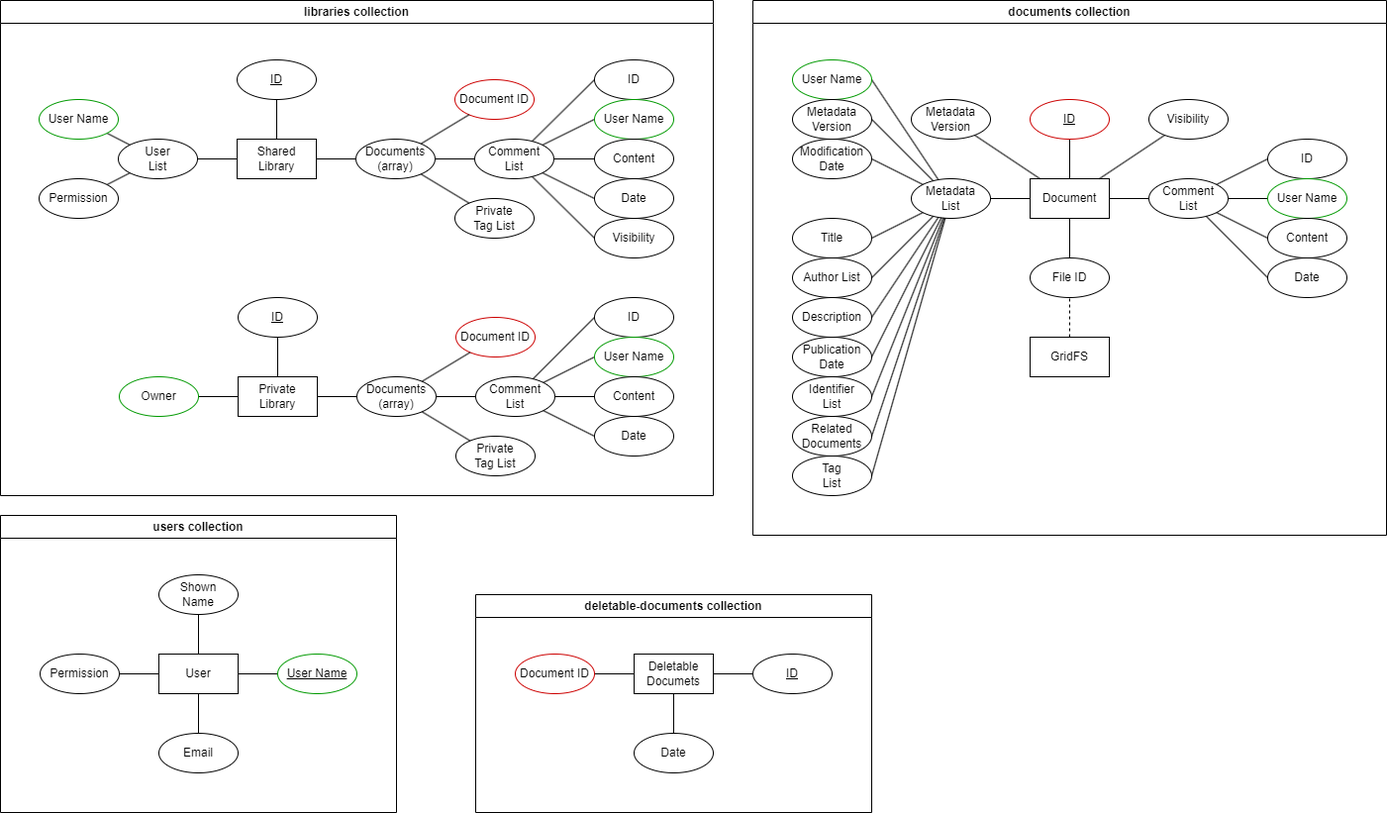
The draw.io diagram documentation/database/data-visualization.png in AasinR/document-manager, before a commit. Source tidied: cells renumbered, new cells last; positions are measured from the earlier drawing's top-left corner, leaving out a move shared by most shapes.
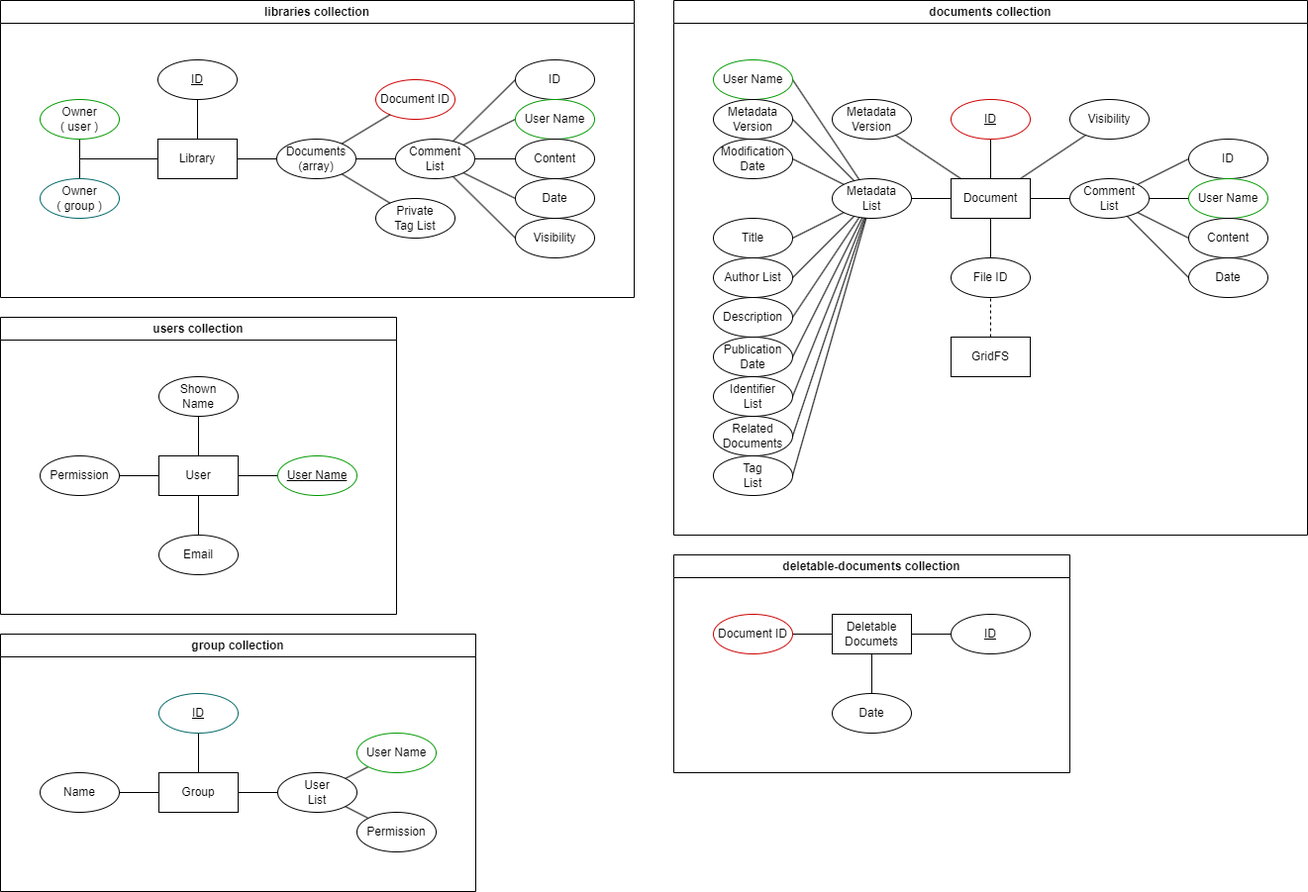
After the change.

Commit message:
updated database plans

Change to the diagram source:
```diff
@@ -3,112 +3,37 @@
     <mxCell id="0" />
     <mxCell id="1" parent="0" />
     <mxCell id="2" value="libraries&amp;nbsp;collection" style="swimlane;whiteSpace=wrap;html=1;" parent="1" vertex="1">
-      <mxGeometry width="720" height="500" as="geometry" />
+      <mxGeometry width="640" height="300" as="geometry" />
     </mxCell>
-    <mxCell id="3" value="Private&lt;br&gt;Library" style="rounded=0;whiteSpace=wrap;html=1;" parent="2" vertex="1">
-      <mxGeometry x="240" y="380" width="80" height="40" as="geometry" />
-    </mxCell>
-    <mxCell id="4" style="edgeStyle=none;rounded=0;jettySize=auto;html=1;endArrow=none;endFill=0;" parent="2" edge="1" source="5" target="3">
-      <mxGeometry relative="1" as="geometry" />
-    </mxCell>
-    <mxCell id="5" value="&lt;u&gt;ID&lt;/u&gt;" style="ellipse;whiteSpace=wrap;html=1;" parent="2" vertex="1">
-      <mxGeometry x="240" y="300" width="80" height="40" as="geometry" />
-    </mxCell>
-    <mxCell id="6" style="edgeStyle=none;rounded=0;jettySize=auto;html=1;endArrow=none;endFill=0;" parent="2" edge="1" source="7" target="3">
-      <mxGeometry relative="1" as="geometry" />
-    </mxCell>
-    <mxCell id="7" value="Owner" style="ellipse;whiteSpace=wrap;html=1;strokeColor=#009900;" parent="2" vertex="1">
-      <mxGeometry x="120" y="380" width="80" height="40" as="geometry" />
-    </mxCell>
-    <mxCell id="8" style="edgeStyle=none;rounded=0;jettySize=auto;html=1;endArrow=none;endFill=0;" parent="2" edge="1" source="9" target="3">
-      <mxGeometry relative="1" as="geometry" />
-    </mxCell>
-    <mxCell id="9" value="Documents&lt;br&gt;(array)" style="ellipse;whiteSpace=wrap;html=1;" parent="2" vertex="1">
-      <mxGeometry x="360" y="380" width="80" height="40" as="geometry" />
-    </mxCell>
-    <mxCell id="10" value="Document ID" style="ellipse;whiteSpace=wrap;html=1;strokeColor=#CC0000;" parent="2" vertex="1">
-      <mxGeometry x="460" y="320" width="80" height="40" as="geometry" />
-    </mxCell>
-    <mxCell id="11" style="edgeStyle=none;rounded=0;jettySize=auto;html=1;endArrow=none;endFill=0;" parent="2" edge="1" source="9" target="10">
-      <mxGeometry relative="1" as="geometry" />
-    </mxCell>
-    <mxCell id="12" value="Private&lt;br&gt;Tag List" style="ellipse;whiteSpace=wrap;html=1;" parent="2" vertex="1">
-      <mxGeometry x="460" y="440" width="80" height="40" as="geometry" />
-    </mxCell>
-    <mxCell id="13" style="edgeStyle=none;rounded=0;jettySize=auto;html=1;endArrow=none;endFill=0;" parent="2" edge="1" source="9" target="12">
-      <mxGeometry relative="1" as="geometry" />
-    </mxCell>
-    <mxCell id="14" style="edgeStyle=none;rounded=0;jettySize=auto;html=1;endArrow=none;endFill=0;" parent="2" edge="1" source="15" target="9">
-      <mxGeometry relative="1" as="geometry" />
-    </mxCell>
-    <mxCell id="15" value="Comment&lt;br&gt;List" style="ellipse;whiteSpace=wrap;html=1;" parent="2" vertex="1">
-      <mxGeometry x="480" y="380" width="80" height="40" as="geometry" />
-    </mxCell>
-    <mxCell id="16" style="edgeStyle=none;rounded=0;jettySize=auto;html=1;exitX=0;exitY=0.5;exitDx=0;exitDy=0;endArrow=none;endFill=0;" parent="2" edge="1" source="20" target="15">
-      <mxGeometry relative="1" as="geometry" />
-    </mxCell>
-    <mxCell id="17" style="edgeStyle=none;rounded=0;jettySize=auto;html=1;exitX=0;exitY=0.5;exitDx=0;exitDy=0;endArrow=none;endFill=0;" parent="2" edge="1" source="21" target="15">
-      <mxGeometry relative="1" as="geometry" />
-    </mxCell>
-    <mxCell id="18" style="edgeStyle=none;rounded=0;jettySize=auto;html=1;exitX=0;exitY=0.5;exitDx=0;exitDy=0;endArrow=none;endFill=0;" parent="2" edge="1" source="22" target="15">
-      <mxGeometry relative="1" as="geometry" />
-    </mxCell>
-    <mxCell id="19" style="edgeStyle=none;rounded=0;jettySize=auto;html=1;exitX=0;exitY=0.5;exitDx=0;exitDy=0;endArrow=none;endFill=0;" parent="2" edge="1" source="23" target="15">
-      <mxGeometry relative="1" as="geometry" />
-    </mxCell>
-    <mxCell id="20" value="ID" style="ellipse;whiteSpace=wrap;html=1;" parent="2" vertex="1">
-      <mxGeometry x="600" y="300" width="80" height="40" as="geometry" />
-    </mxCell>
-    <mxCell id="21" value="User Name" style="ellipse;whiteSpace=wrap;html=1;strokeColor=#009900;" parent="2" vertex="1">
-      <mxGeometry x="600" y="340" width="80" height="40" as="geometry" />
-    </mxCell>
-    <mxCell id="22" value="Content" style="ellipse;whiteSpace=wrap;html=1;" parent="2" vertex="1">
-      <mxGeometry x="600" y="380" width="80" height="40" as="geometry" />
-    </mxCell>
-    <mxCell id="23" value="Date" style="ellipse;whiteSpace=wrap;html=1;" parent="2" vertex="1">
-      <mxGeometry x="600" y="420" width="80" height="40" as="geometry" />
-    </mxCell>
+    <mxCell id="113" style="rounded=0;jettySize=auto;html=1;exitX=0;exitY=0.5;exitDx=0;exitDy=0;entryX=0.5;entryY=1;entryDx=0;entryDy=0;endArrow=none;endFill=0;edgeStyle=orthogonalEdgeStyle;" parent="2" edge="1" source="24" target="115">
+      <mxGeometry relative="1" as="geometry" />
+    </mxCell>
+    <mxCell id="114" style="edgeStyle=orthogonalEdgeStyle;rounded=0;jettySize=auto;html=1;exitX=0;exitY=0.5;exitDx=0;exitDy=0;entryX=0.5;entryY=0;entryDx=0;entryDy=0;endArrow=none;endFill=0;" parent="2" edge="1" source="24" target="116">
+      <mxGeometry relative="1" as="geometry" />
+    </mxCell>
-    <mxCell id="24" value="Shared Library" style="rounded=0;whiteSpace=wrap;html=1;" parent="2" vertex="1">
-      <mxGeometry x="239" y="140" width="80" height="40" as="geometry" />
+    <mxCell id="24" value="Library" style="rounded=0;whiteSpace=wrap;html=1;" parent="2" vertex="1">
+      <mxGeometry x="159" y="140" width="80" height="40" as="geometry" />
     </mxCell>
     <mxCell id="25" style="edgeStyle=none;rounded=0;jettySize=auto;html=1;endArrow=none;endFill=0;" parent="2" edge="1" source="26" target="24">
       <mxGeometry relative="1" as="geometry" />
     </mxCell>
     <mxCell id="26" value="&lt;u&gt;ID&lt;/u&gt;" style="ellipse;whiteSpace=wrap;html=1;" parent="2" vertex="1">
-      <mxGeometry x="239" y="60" width="80" height="40" as="geometry" />
+      <mxGeometry x="159" y="60" width="80" height="40" as="geometry" />
     </mxCell>
-    <mxCell id="27" style="edgeStyle=none;rounded=0;jettySize=auto;html=1;endArrow=none;endFill=0;" parent="2" edge="1" source="28" target="24">
-      <mxGeometry relative="1" as="geometry" />
-    </mxCell>
-    <mxCell id="28" value="User&lt;br&gt;List" style="ellipse;whiteSpace=wrap;html=1;" parent="2" vertex="1">
-      <mxGeometry x="119" y="140" width="80" height="40" as="geometry" />
-    </mxCell>
-    <mxCell id="29" style="edgeStyle=none;rounded=0;jettySize=auto;html=1;endArrow=none;endFill=0;" parent="2" edge="1" source="30" target="28">
-      <mxGeometry relative="1" as="geometry" />
-    </mxCell>
-    <mxCell id="30" value="User Name" style="ellipse;whiteSpace=wrap;html=1;strokeColor=#009900;" parent="2" vertex="1">
-      <mxGeometry x="39" y="100" width="80" height="40" as="geometry" />
-    </mxCell>
-    <mxCell id="31" style="edgeStyle=none;rounded=0;jettySize=auto;html=1;endArrow=none;endFill=0;" parent="2" edge="1" source="32" target="28">
-      <mxGeometry relative="1" as="geometry" />
-    </mxCell>
-    <mxCell id="32" value="Permission" style="ellipse;whiteSpace=wrap;html=1;" parent="2" vertex="1">
-      <mxGeometry x="39" y="180" width="80" height="40" as="geometry" />
-    </mxCell>
     <mxCell id="33" style="edgeStyle=none;rounded=0;jettySize=auto;html=1;endArrow=none;endFill=0;" parent="2" edge="1" source="34" target="24">
       <mxGeometry relative="1" as="geometry" />
     </mxCell>
     <mxCell id="34" value="Documents&lt;br&gt;(array)" style="ellipse;whiteSpace=wrap;html=1;" parent="2" vertex="1">
-      <mxGeometry x="359" y="140" width="80" height="40" as="geometry" />
+      <mxGeometry x="279" y="140" width="80" height="40" as="geometry" />
     </mxCell>
     <mxCell id="35" value="Document ID" style="ellipse;whiteSpace=wrap;html=1;strokeColor=#CC0000;" parent="2" vertex="1">
-      <mxGeometry x="459" y="80" width="80" height="40" as="geometry" />
+      <mxGeometry x="379" y="80" width="80" height="40" as="geometry" />
     </mxCell>
     <mxCell id="36" style="edgeStyle=none;rounded=0;jettySize=auto;html=1;endArrow=none;endFill=0;" parent="2" edge="1" source="34" target="35">
       <mxGeometry relative="1" as="geometry" />
     </mxCell>
     <mxCell id="37" value="Private&lt;br&gt;Tag List" style="ellipse;whiteSpace=wrap;html=1;" parent="2" vertex="1">
-      <mxGeometry x="459" y="200" width="80" height="40" as="geometry" />
+      <mxGeometry x="379" y="200" width="80" height="40" as="geometry" />
     </mxCell>
     <mxCell id="38" style="edgeStyle=none;rounded=0;jettySize=auto;html=1;endArrow=none;endFill=0;" parent="2" edge="1" source="34" target="37">
       <mxGeometry relative="1" as="geometry" />
@@ -117,40 +42,46 @@
       <mxGeometry relative="1" as="geometry" />
     </mxCell>
     <mxCell id="40" value="Comment&lt;br&gt;List" style="ellipse;whiteSpace=wrap;html=1;" parent="2" vertex="1">
-      <mxGeometry x="479" y="140" width="80" height="40" as="geometry" />
+      <mxGeometry x="399" y="140" width="80" height="40" as="geometry" />
     </mxCell>
     <mxCell id="41" style="edgeStyle=none;rounded=0;jettySize=auto;html=1;exitX=0;exitY=0.5;exitDx=0;exitDy=0;endArrow=none;endFill=0;" parent="2" edge="1" source="42" target="40">
       <mxGeometry relative="1" as="geometry" />
     </mxCell>
     <mxCell id="42" value="ID" style="ellipse;whiteSpace=wrap;html=1;" parent="2" vertex="1">
-      <mxGeometry x="600" y="60" width="80" height="40" as="geometry" />
+      <mxGeometry x="520" y="60" width="80" height="40" as="geometry" />
     </mxCell>
     <mxCell id="43" style="edgeStyle=none;rounded=0;jettySize=auto;html=1;exitX=0;exitY=0.5;exitDx=0;exitDy=0;endArrow=none;endFill=0;" parent="2" edge="1" source="44" target="40">
       <mxGeometry relative="1" as="geometry" />
     </mxCell>
     <mxCell id="44" value="User Name" style="ellipse;whiteSpace=wrap;html=1;strokeColor=#009900;" parent="2" vertex="1">
-      <mxGeometry x="600" y="100" width="80" height="40" as="geometry" />
+      <mxGeometry x="520" y="100" width="80" height="40" as="geometry" />
     </mxCell>
     <mxCell id="45" style="edgeStyle=none;rounded=0;jettySize=auto;html=1;exitX=0;exitY=0.5;exitDx=0;exitDy=0;endArrow=none;endFill=0;" parent="2" edge="1" source="46" target="40">
       <mxGeometry relative="1" as="geometry" />
     </mxCell>
     <mxCell id="46" value="Content" style="ellipse;whiteSpace=wrap;html=1;" parent="2" vertex="1">
-      <mxGeometry x="600" y="140" width="80" height="40" as="geometry" />
+      <mxGeometry x="520" y="140" width="80" height="40" as="geometry" />
     </mxCell>
     <mxCell id="47" style="edgeStyle=none;rounded=0;jettySize=auto;html=1;exitX=0;exitY=0.5;exitDx=0;exitDy=0;endArrow=none;endFill=0;" parent="2" edge="1" source="48" target="40">
       <mxGeometry relative="1" as="geometry" />
     </mxCell>
     <mxCell id="48" value="Date" style="ellipse;whiteSpace=wrap;html=1;" parent="2" vertex="1">
-      <mxGeometry x="600" y="180" width="80" height="40" as="geometry" />
+      <mxGeometry x="520" y="180" width="80" height="40" as="geometry" />
     </mxCell>
     <mxCell id="49" style="edgeStyle=none;rounded=0;jettySize=auto;html=1;exitX=0;exitY=0.5;exitDx=0;exitDy=0;endArrow=none;endFill=0;" parent="2" edge="1" source="50" target="40">
       <mxGeometry relative="1" as="geometry" />
     </mxCell>
     <mxCell id="50" value="Visibility" style="ellipse;whiteSpace=wrap;html=1;" parent="2" vertex="1">
-      <mxGeometry x="600" y="220" width="80" height="40" as="geometry" />
+      <mxGeometry x="520" y="220" width="80" height="40" as="geometry" />
     </mxCell>
+    <mxCell id="115" value="Owner&lt;br&gt;( user )" style="ellipse;whiteSpace=wrap;html=1;strokeColor=#009900;" parent="2" vertex="1">
+      <mxGeometry x="40" y="100" width="80" height="40" as="geometry" />
+    </mxCell>
+    <mxCell id="116" value="Owner&lt;br&gt;( group )" style="ellipse;whiteSpace=wrap;html=1;strokeColor=#006666;" parent="2" vertex="1">
+      <mxGeometry x="40" y="180" width="80" height="40" as="geometry" />
+    </mxCell>
     <mxCell id="51" value="users collection" style="swimlane;whiteSpace=wrap;html=1;" parent="1" vertex="1">
-      <mxGeometry y="520" width="400" height="300" as="geometry" />
+      <mxGeometry y="320" width="400" height="300" as="geometry" />
     </mxCell>
     <mxCell id="52" value="User" style="rounded=0;whiteSpace=wrap;html=1;" parent="51" vertex="1">
       <mxGeometry x="160" y="140" width="80" height="40" as="geometry" />
@@ -180,7 +111,7 @@
       <mxGeometry x="40" y="140" width="80" height="40" as="geometry" />
     </mxCell>
     <mxCell id="61" value="documents collection" style="swimlane;whiteSpace=wrap;html=1;" parent="1" vertex="1">
-      <mxGeometry x="760" width="640" height="540" as="geometry" />
+      <mxGeometry x="680" width="640" height="540" as="geometry" />
     </mxCell>
     <mxCell id="62" value="Document" style="rounded=0;whiteSpace=wrap;html=1;" parent="61" vertex="1">
       <mxGeometry x="280" y="180" width="80" height="40" as="geometry" />
@@ -312,7 +243,7 @@
       <mxGeometry x="520" y="260" width="80" height="40" as="geometry" />
     </mxCell>
     <mxCell id="105" value="deletable-documents collection" style="swimlane;whiteSpace=wrap;html=1;" parent="1" vertex="1">
-      <mxGeometry x="480" y="600" width="400" height="220" as="geometry" />
+      <mxGeometry x="680" y="560" width="400" height="220" as="geometry" />
     </mxCell>
     <mxCell id="106" value="Deletable&lt;br&gt;Documets" style="rounded=0;whiteSpace=wrap;html=1;" parent="105" vertex="1">
       <mxGeometry x="160" y="60" width="80" height="40" as="geometry" />
@@ -335,5 +266,41 @@
     <mxCell id="112" value="&lt;u&gt;ID&lt;/u&gt;" style="ellipse;whiteSpace=wrap;html=1;" parent="105" vertex="1">
       <mxGeometry x="280" y="60" width="80" height="40" as="geometry" />
     </mxCell>
+    <mxCell id="117" value="group collection" style="swimlane;whiteSpace=wrap;html=1;" parent="1" vertex="1">
+      <mxGeometry y="640" width="480" height="260" as="geometry" />
+    </mxCell>
+    <mxCell id="118" value="Group" style="rounded=0;whiteSpace=wrap;html=1;" parent="117" vertex="1">
+      <mxGeometry x="160" y="140" width="80" height="40" as="geometry" />
+    </mxCell>
+    <mxCell id="119" style="rounded=0;jettySize=auto;html=1;endArrow=none;endFill=0;" parent="117" edge="1" source="120" target="118">
+      <mxGeometry relative="1" as="geometry" />
+    </mxCell>
+    <mxCell id="120" value="&lt;u&gt;ID&lt;/u&gt;" style="ellipse;whiteSpace=wrap;html=1;strokeColor=#006666;" parent="117" vertex="1">
+      <mxGeometry x="160" y="60" width="80" height="40" as="geometry" />
+    </mxCell>
+    <mxCell id="121" style="edgeStyle=none;rounded=0;jettySize=auto;html=1;endArrow=none;endFill=0;" parent="117" edge="1" source="122" target="118">
+      <mxGeometry relative="1" as="geometry" />
+    </mxCell>
+    <mxCell id="122" value="Name" style="ellipse;whiteSpace=wrap;html=1;" parent="117" vertex="1">
+      <mxGeometry x="40" y="140" width="80" height="40" as="geometry" />
+    </mxCell>
+    <mxCell id="123" style="edgeStyle=none;rounded=0;jettySize=auto;html=1;endArrow=none;endFill=0;" parent="117" edge="1" source="28" target="118">
+      <mxGeometry relative="1" as="geometry" />
+    </mxCell>
+    <mxCell id="28" value="User&lt;br&gt;List" style="ellipse;whiteSpace=wrap;html=1;" parent="117" vertex="1">
+      <mxGeometry x="280" y="140" width="80" height="40" as="geometry" />
+    </mxCell>
+    <mxCell id="31" style="edgeStyle=none;rounded=0;jettySize=auto;html=1;endArrow=none;endFill=0;" parent="117" edge="1" source="32" target="28">
+      <mxGeometry relative="1" as="geometry" />
+    </mxCell>
+    <mxCell id="32" value="Permission" style="ellipse;whiteSpace=wrap;html=1;" parent="117" vertex="1">
+      <mxGeometry x="360" y="180" width="80" height="40" as="geometry" />
+    </mxCell>
+    <mxCell id="124" style="edgeStyle=none;rounded=0;jettySize=auto;html=1;endArrow=none;endFill=0;" parent="117" edge="1" source="125" target="28">
+      <mxGeometry relative="1" as="geometry" />
+    </mxCell>
+    <mxCell id="125" value="User Name" style="ellipse;whiteSpace=wrap;html=1;strokeColor=#009900;" parent="117" vertex="1">
+      <mxGeometry x="360" y="100" width="80" height="40" as="geometry" />
+    </mxCell>
   </root>
 </mxGraphModel>
```
